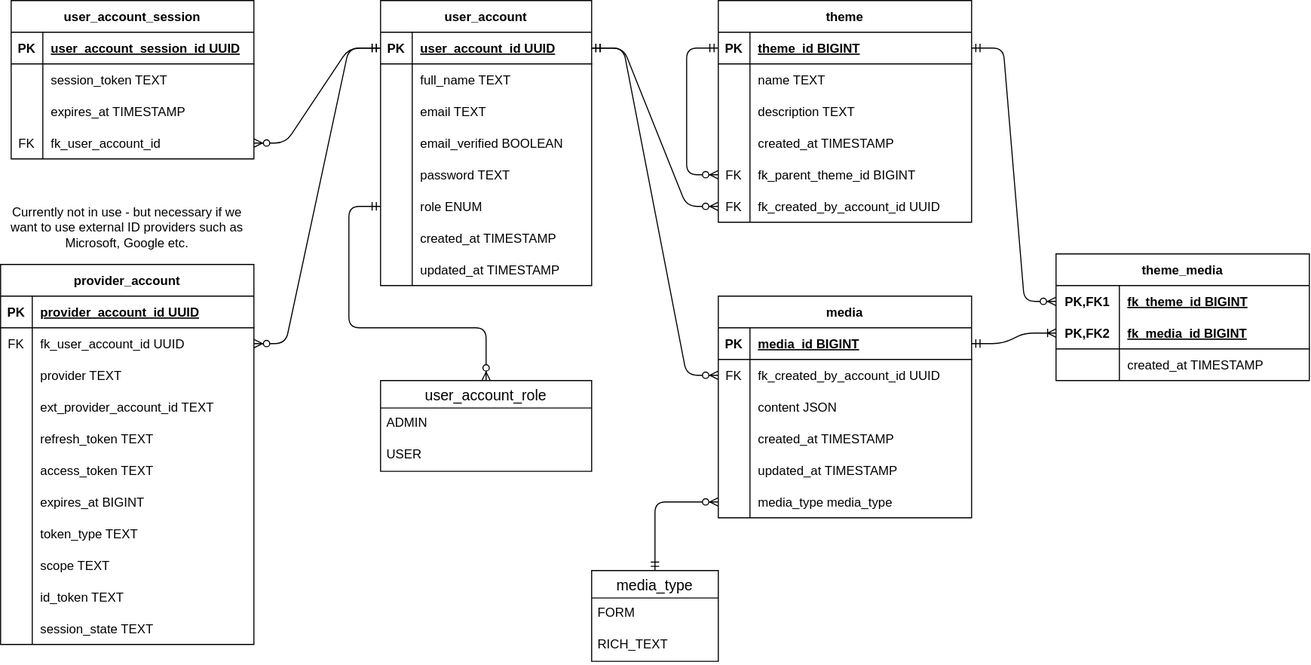
Above: docs/erdiagram.drawio.svg in NTNU-IE-IIR/tidlig-innsats-ungdom (draw.io), before the change. Source tidied: cells renumbered, new cells last; positions are measured from the earlier drawing's top-left corner, leaving out a move shared by most shapes.
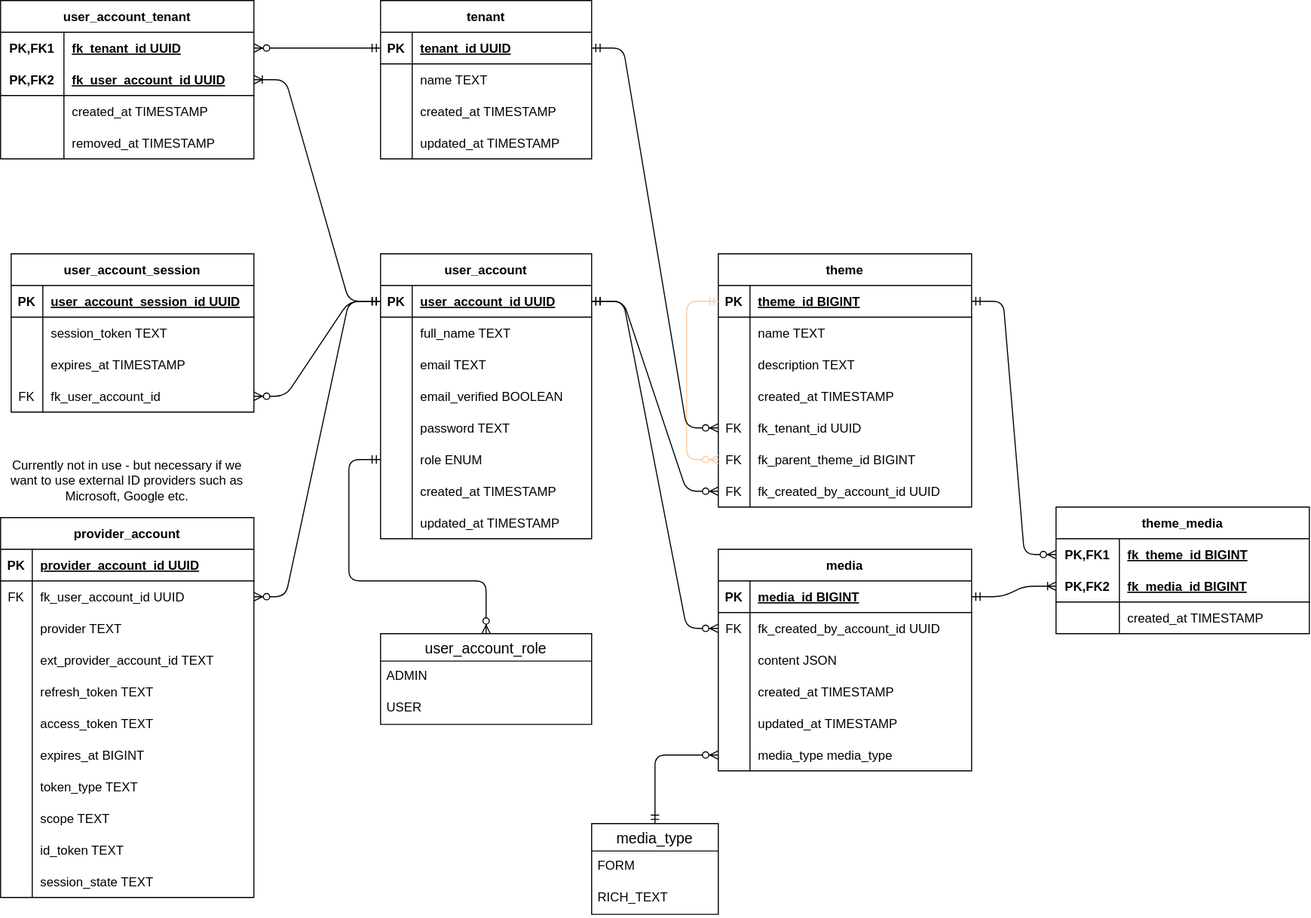
Later version of the same file.

Commit message:
docs: sketch tenancy

this is not yet decided, it's mostly to capture the idea in the schema

What changed in the source:
```diff
@@ -78,7 +78,7 @@
       <mxGeometry x="30" width="170" height="30" as="geometry" />
     </mxCell>
     <mxCell id="27" value="theme" style="shape=table;startSize=30;rowLines=0;fontStyle=1;align=center;" parent="1" vertex="1">
-      <mxGeometry x="680" width="240" height="210" as="geometry" />
+      <mxGeometry x="680" width="240" height="240" as="geometry" />
     </mxCell>
     <mxCell id="28" style="shape=tableRow;horizontal=0;startSize=0;swimlaneHead=0;swimlaneBody=0;fillColor=none;points=[[0,0.5],[1,0.5]];portConstraint=eastwest;top=0;left=0;right=0;bottom=1;" parent="27" vertex="1">
       <mxGeometry y="30" width="240" height="30" as="geometry" />
@@ -116,8 +116,17 @@
     <mxCell id="39" value="created_at TIMESTAMP" style="shape=partialRectangle;fillColor=none;top=0;left=0;bottom=0;right=0;align=left;spacingLeft=6;overflow=hidden;" parent="37" vertex="1">
       <mxGeometry x="30" width="210" height="30" as="geometry" />
     </mxCell>
+    <mxCell id="138" style="shape=tableRow;horizontal=0;startSize=0;swimlaneHead=0;swimlaneBody=0;fillColor=none;points=[[0,0.5],[1,0.5]];portConstraint=eastwest;top=0;left=0;right=0;bottom=0;" parent="27" vertex="1">
+      <mxGeometry y="150" width="240" height="30" as="geometry" />
+    </mxCell>
+    <mxCell id="139" value="FK" style="shape=partialRectangle;fillColor=none;top=0;left=0;bottom=0;right=0;fontStyle=0;overflow=hidden;" parent="138" vertex="1">
+      <mxGeometry width="30" height="30" as="geometry" />
+    </mxCell>
+    <mxCell id="140" value="fk_tenant_id UUID" style="shape=partialRectangle;fillColor=none;top=0;left=0;bottom=0;right=0;align=left;spacingLeft=6;fontStyle=0;overflow=hidden;" parent="138" vertex="1">
+      <mxGeometry x="30" width="210" height="30" as="geometry" />
+    </mxCell>
     <mxCell id="40" style="shape=tableRow;horizontal=0;startSize=0;swimlaneHead=0;swimlaneBody=0;fillColor=none;points=[[0,0.5],[1,0.5]];portConstraint=eastwest;top=0;left=0;right=0;bottom=0;" parent="27" vertex="1">
-      <mxGeometry y="150" width="240" height="30" as="geometry" />
+      <mxGeometry y="180" width="240" height="30" as="geometry" />
     </mxCell>
     <mxCell id="41" value="FK" style="shape=partialRectangle;fillColor=none;top=0;left=0;bottom=0;right=0;fontStyle=0;overflow=hidden;" parent="40" vertex="1">
       <mxGeometry width="30" height="30" as="geometry" />
@@ -126,7 +135,7 @@
       <mxGeometry x="30" width="210" height="30" as="geometry" />
     </mxCell>
     <mxCell id="43" style="shape=tableRow;horizontal=0;startSize=0;swimlaneHead=0;swimlaneBody=0;fillColor=none;points=[[0,0.5],[1,0.5]];portConstraint=eastwest;top=0;left=0;right=0;bottom=0;" parent="27" vertex="1">
-      <mxGeometry y="180" width="240" height="30" as="geometry" />
+      <mxGeometry y="210" width="240" height="30" as="geometry" />
     </mxCell>
     <mxCell id="44" value="FK" style="shape=partialRectangle;fillColor=none;top=0;left=0;bottom=0;right=0;fontStyle=0;overflow=hidden;" parent="43" vertex="1">
       <mxGeometry width="30" height="30" as="geometry" />
@@ -134,11 +143,11 @@
     <mxCell id="45" value="fk_created_by_account_id UUID" style="shape=partialRectangle;fillColor=none;top=0;left=0;bottom=0;right=0;align=left;spacingLeft=6;fontStyle=0;overflow=hidden;" parent="43" vertex="1">
       <mxGeometry x="30" width="210" height="30" as="geometry" />
     </mxCell>
-    <mxCell id="46" style="edgeStyle=orthogonalEdgeStyle;fontSize=12;html=1;endArrow=ERzeroToMany;startArrow=ERmandOne;exitX=0;exitY=0.5;exitDx=0;exitDy=0;entryX=0;entryY=0.5;entryDx=0;entryDy=0;" parent="27" edge="1" source="28" target="40">
+    <mxCell id="46" style="edgeStyle=orthogonalEdgeStyle;fontSize=12;html=1;endArrow=ERzeroToMany;startArrow=ERmandOne;exitX=0;exitY=0.5;exitDx=0;exitDy=0;entryX=0;entryY=0.5;entryDx=0;entryDy=0;strokeColor=#FFCC99;" parent="27" edge="1" source="28" target="40">
       <mxGeometry relative="1" as="geometry">
         <Array as="points">
           <mxPoint x="-30" y="45" />
-          <mxPoint x="-30" y="165" />
+          <mxPoint x="-30" y="195" />
         </Array>
       </mxGeometry>
     </mxCell>
@@ -421,5 +430,92 @@
         </Array>
       </mxGeometry>
     </mxCell>
+    <mxCell id="141" value="tenant" style="shape=table;startSize=30;rowLines=0;fontStyle=1;align=center;" parent="1" vertex="1">
+      <mxGeometry x="360" y="-240" width="200" height="150" as="geometry" />
+    </mxCell>
+    <mxCell id="142" style="shape=tableRow;horizontal=0;startSize=0;swimlaneHead=0;swimlaneBody=0;fillColor=none;points=[[0,0.5],[1,0.5]];portConstraint=eastwest;top=0;left=0;right=0;bottom=1;" parent="141" vertex="1">
+      <mxGeometry y="30" width="200" height="30" as="geometry" />
+    </mxCell>
+    <mxCell id="143" value="PK" style="shape=partialRectangle;fillColor=none;top=0;left=0;bottom=0;right=0;fontStyle=1;overflow=hidden;" parent="142" vertex="1">
+      <mxGeometry width="30" height="30" as="geometry" />
+    </mxCell>
+    <mxCell id="144" value="tenant_id UUID" style="shape=partialRectangle;fillColor=none;top=0;left=0;bottom=0;right=0;align=left;spacingLeft=6;fontStyle=5;overflow=hidden;" parent="142" vertex="1">
+      <mxGeometry x="30" width="170" height="30" as="geometry" />
+    </mxCell>
+    <mxCell id="145" style="shape=tableRow;horizontal=0;startSize=0;swimlaneHead=0;swimlaneBody=0;fillColor=none;top=0;left=0;right=0;bottom=0;" parent="141" vertex="1">
+      <mxGeometry y="60" width="200" height="30" as="geometry" />
+    </mxCell>
+    <mxCell id="146" style="shape=partialRectangle;fillColor=none;top=0;left=0;bottom=0;right=0;overflow=hidden;" parent="145" vertex="1">
+      <mxGeometry width="30" height="30" as="geometry" />
+    </mxCell>
+    <mxCell id="147" value="name TEXT" style="shape=partialRectangle;fillColor=none;top=0;left=0;bottom=0;right=0;align=left;spacingLeft=6;overflow=hidden;" parent="145" vertex="1">
+      <mxGeometry x="30" width="170" height="30" as="geometry" />
+    </mxCell>
+    <mxCell id="148" style="shape=tableRow;horizontal=0;startSize=0;swimlaneHead=0;swimlaneBody=0;fillColor=none;top=0;left=0;right=0;bottom=0;" parent="141" vertex="1">
+      <mxGeometry y="90" width="200" height="30" as="geometry" />
+    </mxCell>
+    <mxCell id="149" style="shape=partialRectangle;fillColor=none;top=0;left=0;bottom=0;right=0;overflow=hidden;" parent="148" vertex="1">
+      <mxGeometry width="30" height="30" as="geometry" />
+    </mxCell>
+    <mxCell id="150" value="created_at TIMESTAMP" style="shape=partialRectangle;fillColor=none;top=0;left=0;bottom=0;right=0;align=left;spacingLeft=6;overflow=hidden;" parent="148" vertex="1">
+      <mxGeometry x="30" width="170" height="30" as="geometry" />
+    </mxCell>
+    <mxCell id="151" style="shape=tableRow;horizontal=0;startSize=0;swimlaneHead=0;swimlaneBody=0;fillColor=none;top=0;left=0;right=0;bottom=0;" parent="141" vertex="1">
+      <mxGeometry y="120" width="200" height="30" as="geometry" />
+    </mxCell>
+    <mxCell id="152" style="shape=partialRectangle;fillColor=none;top=0;left=0;bottom=0;right=0;overflow=hidden;" parent="151" vertex="1">
+      <mxGeometry width="30" height="30" as="geometry" />
+    </mxCell>
+    <mxCell id="153" value="updated_at TIMESTAMP" style="shape=partialRectangle;fillColor=none;top=0;left=0;bottom=0;right=0;align=left;spacingLeft=6;overflow=hidden;" parent="151" vertex="1">
+      <mxGeometry x="30" width="170" height="30" as="geometry" />
+    </mxCell>
+    <mxCell id="154" value="user_account_tenant" style="shape=table;startSize=30;rowLines=0;fontStyle=1;align=center;" parent="1" vertex="1">
+      <mxGeometry y="-240" width="240" height="150" as="geometry" />
+    </mxCell>
+    <mxCell id="155" style="shape=tableRow;horizontal=0;startSize=0;swimlaneHead=0;swimlaneBody=0;fillColor=none;points=[[0,0.5],[1,0.5]];portConstraint=eastwest;top=0;left=0;right=0;bottom=0;" parent="154" vertex="1">
+      <mxGeometry y="30" width="240" height="30" as="geometry" />
+    </mxCell>
+    <mxCell id="156" value="PK,FK1" style="shape=partialRectangle;fillColor=none;top=0;left=0;bottom=0;right=0;fontStyle=1;overflow=hidden;" parent="155" vertex="1">
+      <mxGeometry width="60" height="30" as="geometry" />
+    </mxCell>
+    <mxCell id="157" value="fk_tenant_id UUID" style="shape=partialRectangle;fillColor=none;top=0;left=0;bottom=0;right=0;align=left;spacingLeft=6;fontStyle=5;overflow=hidden;" parent="155" vertex="1">
+      <mxGeometry x="60" width="180" height="30" as="geometry" />
+    </mxCell>
+    <mxCell id="158" style="shape=tableRow;horizontal=0;startSize=0;swimlaneHead=0;swimlaneBody=0;fillColor=none;points=[[0,0.5],[1,0.5]];portConstraint=eastwest;top=0;left=0;right=0;bottom=1;" parent="154" vertex="1">
+      <mxGeometry y="60" width="240" height="30" as="geometry" />
+    </mxCell>
+    <mxCell id="159" value="PK,FK2" style="shape=partialRectangle;fillColor=none;top=0;left=0;bottom=0;right=0;fontStyle=1;overflow=hidden;" parent="158" vertex="1">
+      <mxGeometry width="60" height="30" as="geometry" />
+    </mxCell>
+    <mxCell id="160" value="fk_user_account_id UUID" style="shape=partialRectangle;fillColor=none;top=0;left=0;bottom=0;right=0;align=left;spacingLeft=6;fontStyle=5;overflow=hidden;" parent="158" vertex="1">
+      <mxGeometry x="60" width="180" height="30" as="geometry" />
+    </mxCell>
+    <mxCell id="161" style="shape=tableRow;horizontal=0;startSize=0;swimlaneHead=0;swimlaneBody=0;fillColor=none;top=0;left=0;right=0;bottom=0;" parent="154" vertex="1">
+      <mxGeometry y="90" width="240" height="30" as="geometry" />
+    </mxCell>
+    <mxCell id="162" style="shape=partialRectangle;fillColor=none;top=0;left=0;bottom=0;right=0;overflow=hidden;" parent="161" vertex="1">
+      <mxGeometry width="60" height="30" as="geometry" />
+    </mxCell>
+    <mxCell id="163" value="created_at TIMESTAMP" style="shape=partialRectangle;fillColor=none;top=0;left=0;bottom=0;right=0;align=left;spacingLeft=6;overflow=hidden;" parent="161" vertex="1">
+      <mxGeometry x="60" width="180" height="30" as="geometry" />
+    </mxCell>
+    <mxCell id="164" style="shape=tableRow;horizontal=0;startSize=0;swimlaneHead=0;swimlaneBody=0;fillColor=none;top=0;left=0;right=0;bottom=0;" parent="154" vertex="1">
+      <mxGeometry y="120" width="240" height="30" as="geometry" />
+    </mxCell>
+    <mxCell id="165" style="shape=partialRectangle;fillColor=none;top=0;left=0;bottom=0;right=0;overflow=hidden;" parent="164" vertex="1">
+      <mxGeometry width="60" height="30" as="geometry" />
+    </mxCell>
+    <mxCell id="166" value="removed_at TIMESTAMP" style="shape=partialRectangle;fillColor=none;top=0;left=0;bottom=0;right=0;align=left;spacingLeft=6;overflow=hidden;" parent="164" vertex="1">
+      <mxGeometry x="60" width="180" height="30" as="geometry" />
+    </mxCell>
+    <mxCell id="167" style="edgeStyle=entityRelationEdgeStyle;fontSize=12;html=1;endArrow=ERoneToMany;startArrow=ERmandOne;exitX=0;exitY=0.5;exitDx=0;exitDy=0;entryX=1;entryY=0.5;entryDx=0;entryDy=0;endFill=0;" parent="1" edge="1" source="3" target="158">
+      <mxGeometry relative="1" as="geometry" />
+    </mxCell>
+    <mxCell id="168" style="edgeStyle=entityRelationEdgeStyle;fontSize=12;html=1;endArrow=ERzeroToMany;startArrow=ERmandOne;entryX=1;entryY=0.5;entryDx=0;entryDy=0;exitX=0;exitY=0.5;exitDx=0;exitDy=0;" parent="1" edge="1" source="142" target="155">
+      <mxGeometry relative="1" as="geometry" />
+    </mxCell>
+    <mxCell id="169" style="edgeStyle=entityRelationEdgeStyle;fontSize=12;html=1;endArrow=ERzeroToMany;startArrow=ERmandOne;exitX=1;exitY=0.5;exitDx=0;exitDy=0;entryX=0;entryY=0.5;entryDx=0;entryDy=0;" parent="1" edge="1" source="142" target="138">
+      <mxGeometry relative="1" as="geometry" />
+    </mxCell>
   </root>
 </mxGraphModel>
```
